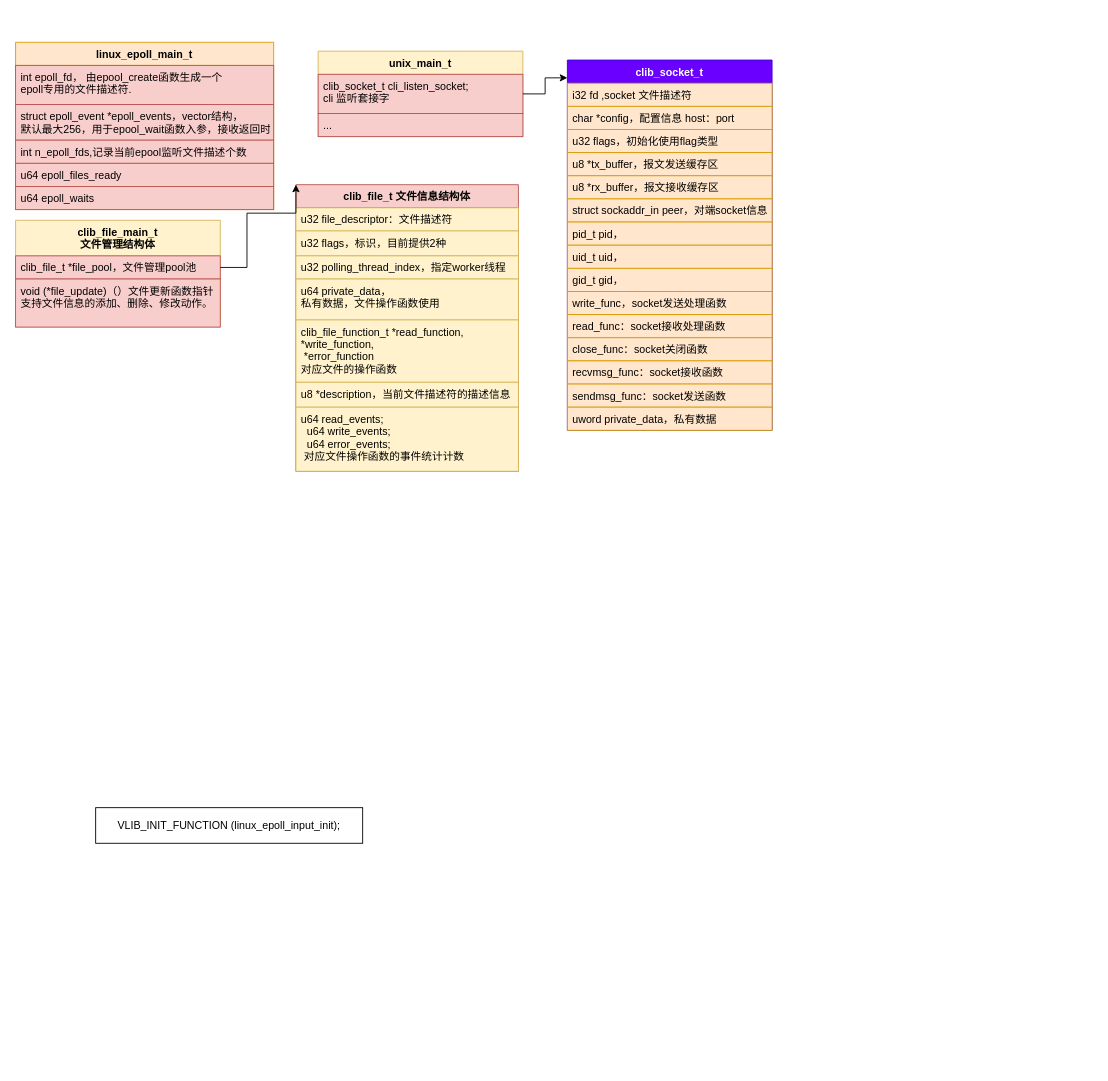
Above: new_map/vppinfra_socket.drawio in jin13417/dpdk-vpp-learning (draw.io), before the change. Source tidied: cells renumbered, new cells numbered last; positions are measured from the earlier drawing's top-left corner, leaving out a move shared by most shapes. Both pictures are drawn from the tidied source at 89%, with x=0, y=0 at pixel (15, 42).
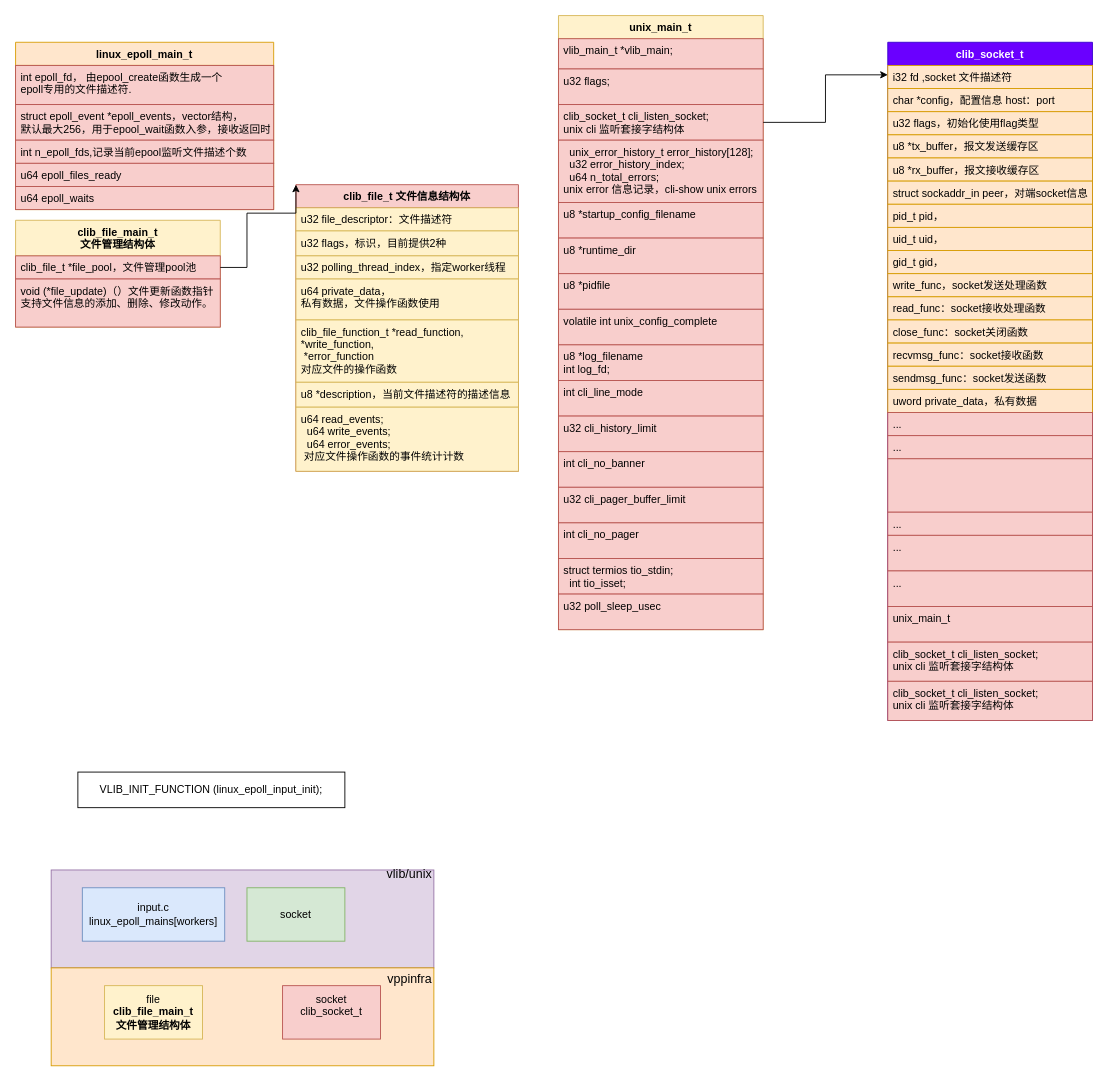
After the change.

Diff of the diagram source:
```diff
@@
+    <mxCell id="41" value="&lt;font style=&quot;font-size: 14px&quot;&gt;vlib/unix&lt;br&gt;&lt;br&gt;&lt;br&gt;&lt;br&gt;&lt;br&gt;&lt;br&gt;&lt;br&gt;&lt;/font&gt;" style="rounded=0;whiteSpace=wrap;html=1;align=right;fillColor=#e1d5e7;strokeColor=#9673a6;" parent="1" vertex="1">
+      <mxGeometry x="40" y="930" width="430" height="110" as="geometry" />
+    </mxCell>
     <mxCell id="2" value="clib_socket_t&#10;" style="swimlane;fontStyle=1;align=center;verticalAlign=top;horizontal=1;startSize=26;fillColor=#6a00ff;strokeColor=#3700CC;fontColor=#ffffff;" parent="1" vertex="1">
-      <mxGeometry x="620" y="20" width="230" height="416" as="geometry" />
+      <mxGeometry x="980" width="230" height="762" as="geometry" />
     </mxCell>
@@
+    <mxCell id="42" value="..." style="text;strokeColor=#b85450;fillColor=#f8cecc;align=left;verticalAlign=top;spacingLeft=4;spacingRight=4;overflow=hidden;" parent="2" vertex="1">
+      <mxGeometry y="416" width="230" height="26" as="geometry" />
+    </mxCell>
+    <mxCell id="43" value="..." style="text;strokeColor=#b85450;fillColor=#f8cecc;align=left;verticalAlign=top;spacingLeft=4;spacingRight=4;overflow=hidden;" parent="2" vertex="1">
+      <mxGeometry y="442" width="230" height="26" as="geometry" />
+    </mxCell>
+    <mxCell id="44" style="whiteSpace=wrap;html=1;align=left;verticalAlign=top;strokeColor=#b85450;fillColor=#f8cecc;spacingLeft=4;spacingRight=4;" parent="2" vertex="1">
+      <mxGeometry y="468" width="230" height="60" as="geometry" />
+    </mxCell>
+    <mxCell id="45" value="..." style="text;strokeColor=#b85450;fillColor=#f8cecc;align=left;verticalAlign=top;spacingLeft=4;spacingRight=4;overflow=hidden;" parent="2" vertex="1">
+      <mxGeometry y="528" width="230" height="26" as="geometry" />
+    </mxCell>
+    <mxCell id="46" value="..." style="text;strokeColor=#b85450;fillColor=#f8cecc;align=left;verticalAlign=top;spacingLeft=4;spacingRight=4;overflow=hidden;" parent="2" vertex="1">
+      <mxGeometry y="554" width="230" height="40" as="geometry" />
+    </mxCell>
+    <mxCell id="47" value="..." style="text;strokeColor=#b85450;fillColor=#f8cecc;align=left;verticalAlign=top;spacingLeft=4;spacingRight=4;overflow=hidden;" parent="2" vertex="1">
+      <mxGeometry y="594" width="230" height="40" as="geometry" />
+    </mxCell>
+    <mxCell id="48" value="unix_main_t" style="text;strokeColor=#b85450;fillColor=#f8cecc;align=left;verticalAlign=top;spacingLeft=4;spacingRight=4;overflow=hidden;" parent="2" vertex="1">
+      <mxGeometry y="634" width="230" height="40" as="geometry" />
+    </mxCell>
+    <mxCell id="49" value="clib_socket_t cli_listen_socket;&#10;unix cli 监听套接字结构体" style="text;strokeColor=#b85450;fillColor=#f8cecc;align=left;verticalAlign=top;spacingLeft=4;spacingRight=4;overflow=hidden;" parent="2" vertex="1">
+      <mxGeometry y="674" width="230" height="44" as="geometry" />
+    </mxCell>
+    <mxCell id="50" value="clib_socket_t cli_listen_socket;&#10;unix cli 监听套接字结构体" style="text;strokeColor=#b85450;fillColor=#f8cecc;align=left;verticalAlign=top;spacingLeft=4;spacingRight=4;overflow=hidden;" parent="2" vertex="1">
+      <mxGeometry y="718" width="230" height="44" as="geometry" />
+    </mxCell>
@@
     <mxCell id="36" value="unix_main_t" style="swimlane;fontStyle=1;align=center;verticalAlign=top;horizontal=1;startSize=26;strokeColor=#d6b656;fillColor=#fff2cc;" parent="1" vertex="1">
-      <mxGeometry x="340" y="10" width="230" height="96" as="geometry" />
+      <mxGeometry x="610" y="-30" width="230" height="690" as="geometry" />
     </mxCell>
-    <mxCell id="37" value="clib_socket_t cli_listen_socket;&#10;cli 监听套接字" style="text;strokeColor=#b85450;fillColor=#f8cecc;align=left;verticalAlign=top;spacingLeft=4;spacingRight=4;overflow=hidden;points=[[0,0.5],[1,0.5]];portConstraint=eastwest;" parent="36" vertex="1">
-      <mxGeometry y="26" width="230" height="44" as="geometry" />
+    <mxCell id="37" value="vlib_main_t *vlib_main;" style="text;strokeColor=#b85450;fillColor=#f8cecc;align=left;verticalAlign=top;spacingLeft=4;spacingRight=4;overflow=hidden;points=[[0,0.5],[1,0.5]];portConstraint=eastwest;" parent="36" vertex="1">
+      <mxGeometry y="26" width="230" height="34" as="geometry" />
     </mxCell>
-    <mxCell id="38" value="..." style="text;strokeColor=#b85450;fillColor=#f8cecc;align=left;verticalAlign=top;spacingLeft=4;spacingRight=4;overflow=hidden;" parent="36" vertex="1">
-      <mxGeometry y="70" width="230" height="26" as="geometry" />
+    <mxCell id="38" value="u32 flags;" style="text;strokeColor=#b85450;fillColor=#f8cecc;align=left;verticalAlign=top;spacingLeft=4;spacingRight=4;overflow=hidden;" parent="36" vertex="1">
+      <mxGeometry y="60" width="230" height="40" as="geometry" />
     </mxCell>
+    <mxCell id="51" value="clib_socket_t cli_listen_socket;&#10;unix cli 监听套接字结构体" style="text;strokeColor=#b85450;fillColor=#f8cecc;align=left;verticalAlign=top;spacingLeft=4;spacingRight=4;overflow=hidden;points=[[0,0.5],[1,0.5]];portConstraint=eastwest;" parent="36" vertex="1">
+      <mxGeometry y="100" width="230" height="40" as="geometry" />
+    </mxCell>
+    <mxCell id="52" value="  unix_error_history_t error_history[128];&#10;  u32 error_history_index;&#10;  u64 n_total_errors;&#10;unix error 信息记录，cli-show unix errors" style="text;strokeColor=#b85450;fillColor=#f8cecc;align=left;verticalAlign=top;spacingLeft=4;spacingRight=4;overflow=hidden;" parent="36" vertex="1">
+      <mxGeometry y="140" width="230" height="70" as="geometry" />
+    </mxCell>
+    <mxCell id="53" value="u8 *startup_config_filename" style="text;strokeColor=#b85450;fillColor=#f8cecc;align=left;verticalAlign=top;spacingLeft=4;spacingRight=4;overflow=hidden;" parent="36" vertex="1">
+      <mxGeometry y="210" width="230" height="40" as="geometry" />
+    </mxCell>
+    <mxCell id="54" value="u8 *runtime_dir" style="text;strokeColor=#b85450;fillColor=#f8cecc;align=left;verticalAlign=top;spacingLeft=4;spacingRight=4;overflow=hidden;" parent="36" vertex="1">
+      <mxGeometry y="250" width="230" height="40" as="geometry" />
+    </mxCell>
+    <mxCell id="55" value="u8 *pidfile" style="text;strokeColor=#b85450;fillColor=#f8cecc;align=left;verticalAlign=top;spacingLeft=4;spacingRight=4;overflow=hidden;" parent="36" vertex="1">
+      <mxGeometry y="290" width="230" height="40" as="geometry" />
+    </mxCell>
+    <mxCell id="56" value="volatile int unix_config_complete" style="text;strokeColor=#b85450;fillColor=#f8cecc;align=left;verticalAlign=top;spacingLeft=4;spacingRight=4;overflow=hidden;" parent="36" vertex="1">
+      <mxGeometry y="330" width="230" height="40" as="geometry" />
+    </mxCell>
+    <mxCell id="57" value="u8 *log_filename&#10;int log_fd;" style="text;strokeColor=#b85450;fillColor=#f8cecc;align=left;verticalAlign=top;spacingLeft=4;spacingRight=4;overflow=hidden;" parent="36" vertex="1">
+      <mxGeometry y="370" width="230" height="40" as="geometry" />
+    </mxCell>
+    <mxCell id="58" value="int cli_line_mode" style="text;strokeColor=#b85450;fillColor=#f8cecc;align=left;verticalAlign=top;spacingLeft=4;spacingRight=4;overflow=hidden;" parent="36" vertex="1">
+      <mxGeometry y="410" width="230" height="40" as="geometry" />
+    </mxCell>
+    <mxCell id="59" value="u32 cli_history_limit" style="text;strokeColor=#b85450;fillColor=#f8cecc;align=left;verticalAlign=top;spacingLeft=4;spacingRight=4;overflow=hidden;" parent="36" vertex="1">
+      <mxGeometry y="450" width="230" height="40" as="geometry" />
+    </mxCell>
+    <mxCell id="60" value="int cli_no_banner" style="text;strokeColor=#b85450;fillColor=#f8cecc;align=left;verticalAlign=top;spacingLeft=4;spacingRight=4;overflow=hidden;" parent="36" vertex="1">
+      <mxGeometry y="490" width="230" height="40" as="geometry" />
+    </mxCell>
+    <mxCell id="61" value="u32 cli_pager_buffer_limit" style="text;strokeColor=#b85450;fillColor=#f8cecc;align=left;verticalAlign=top;spacingLeft=4;spacingRight=4;overflow=hidden;" parent="36" vertex="1">
+      <mxGeometry y="530" width="230" height="40" as="geometry" />
+    </mxCell>
+    <mxCell id="62" value="int cli_no_pager" style="text;strokeColor=#b85450;fillColor=#f8cecc;align=left;verticalAlign=top;spacingLeft=4;spacingRight=4;overflow=hidden;" parent="36" vertex="1">
+      <mxGeometry y="570" width="230" height="40" as="geometry" />
+    </mxCell>
+    <mxCell id="63" value="struct termios tio_stdin;&#10;  int tio_isset;" style="text;strokeColor=#b85450;fillColor=#f8cecc;align=left;verticalAlign=top;spacingLeft=4;spacingRight=4;overflow=hidden;" parent="36" vertex="1">
+      <mxGeometry y="610" width="230" height="40" as="geometry" />
+    </mxCell>
+    <mxCell id="64" value="u32 poll_sleep_usec" style="text;strokeColor=#b85450;fillColor=#f8cecc;align=left;verticalAlign=top;spacingLeft=4;spacingRight=4;overflow=hidden;" parent="36" vertex="1">
+      <mxGeometry y="650" width="230" height="40" as="geometry" />
+    </mxCell>
-    <mxCell id="39" style="edgeStyle=orthogonalEdgeStyle;rounded=0;jettySize=auto;html=1;entryX=0;entryY=0.048;entryDx=0;entryDy=0;entryPerimeter=0;" parent="1" edge="1" source="37" target="2">
+    <mxCell id="39" style="edgeStyle=orthogonalEdgeStyle;rounded=0;jettySize=auto;html=1;entryX=0;entryY=0.048;entryDx=0;entryDy=0;entryPerimeter=0;exitX=1;exitY=0.5;exitDx=0;exitDy=0;exitPerimeter=0;" parent="1" edge="1" source="51" target="2">
       <mxGeometry relative="1" as="geometry" />
     </mxCell>
     <mxCell id="40" value="VLIB_INIT_FUNCTION (linux_epoll_input_init);" style="rounded=0;whiteSpace=wrap;html=1;strokeColor=#000000;" parent="1" vertex="1">
-      <mxGeometry x="90" y="860" width="300" height="40" as="geometry" />
+      <mxGeometry x="70" y="820" width="300" height="40" as="geometry" />
     </mxCell>
+    <mxCell id="65" value="input.c&lt;br&gt;linux_epoll_mains[workers]" style="rounded=0;whiteSpace=wrap;html=1;fillColor=#dae8fc;strokeColor=#6c8ebf;" parent="1" vertex="1">
+      <mxGeometry x="75" y="950" width="160" height="60" as="geometry" />
+    </mxCell>
+    <mxCell id="66" value="socket" style="rounded=0;whiteSpace=wrap;html=1;fillColor=#d5e8d4;strokeColor=#82b366;" parent="1" vertex="1">
+      <mxGeometry x="260" y="950" width="110" height="60" as="geometry" />
+    </mxCell>
+    <mxCell id="67" value="&lt;font style=&quot;font-size: 14px&quot;&gt;vppinfra&lt;br&gt;&lt;br&gt;&lt;br&gt;&lt;br&gt;&lt;br&gt;&lt;br&gt;&lt;/font&gt;" style="rounded=0;whiteSpace=wrap;html=1;align=right;fillColor=#ffe6cc;strokeColor=#d79b00;" parent="1" vertex="1">
+      <mxGeometry x="40" y="1040" width="430" height="110" as="geometry" />
+    </mxCell>
+    <mxCell id="68" value="file&lt;br&gt;&lt;span style=&quot;font-weight: 700&quot;&gt;clib_file_main_t&lt;/span&gt;&lt;br style=&quot;padding: 0px ; margin: 0px ; font-weight: 700&quot;&gt;&lt;span style=&quot;font-weight: 700&quot;&gt;文件管理结构体&lt;/span&gt;" style="rounded=0;whiteSpace=wrap;html=1;fillColor=#fff2cc;strokeColor=#d6b656;" parent="1" vertex="1">
+      <mxGeometry x="100" y="1060" width="110" height="60" as="geometry" />
+    </mxCell>
+    <mxCell id="69" value="socket&lt;br&gt;clib_socket_t&lt;div style=&quot;padding: 0px ; margin: 0px&quot;&gt;&lt;br style=&quot;padding: 0px ; margin: 0px ; color: rgb(255 , 255 , 255) ; font-weight: 700&quot;&gt;&lt;/div&gt;" style="rounded=0;whiteSpace=wrap;html=1;fillColor=#f8cecc;strokeColor=#b85450;" parent="1" vertex="1">
+      <mxGeometry x="300" y="1060" width="110" height="60" as="geometry" />
+    </mxCell>
```
